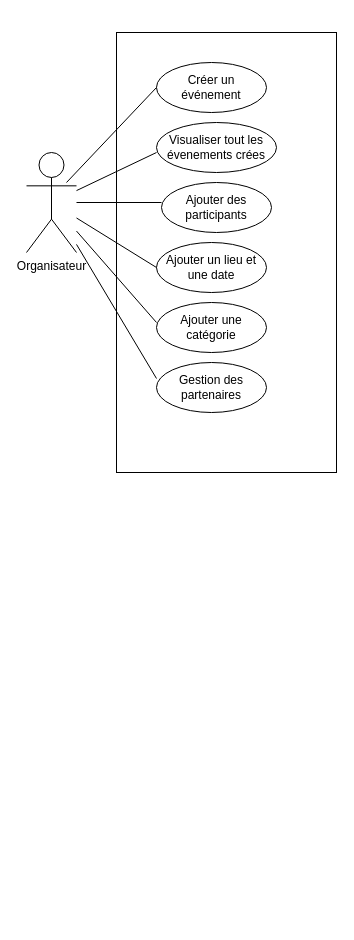
Above: Conception/Diagramme de cas d'utilisation.drawio in CSliveR/Chief-s-Arena (draw.io), before the change. Source tidied: cells renumbered, new cells numbered last; positions are measured from the earlier drawing's top-left corner, leaving out a move shared by most shapes. Both pictures are drawn from the tidied source at 100%, with x=0, y=0 at pixel (26, 32).
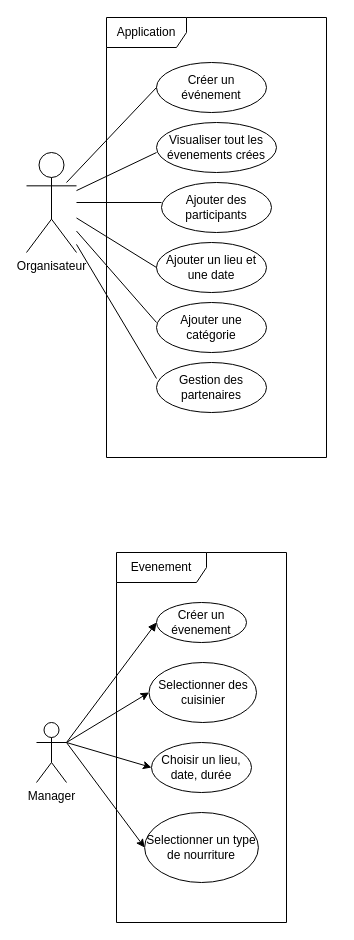
Above is the later version.

Diff of the diagram source:
```diff
@@
-    <mxCell id="2" style="rounded=0;whiteSpace=wrap;html=1;verticalAlign=middle;" parent="1" vertex="1">
-      <mxGeometry x="90" width="220" height="440" as="geometry" />
-    </mxCell>
@@
+    <mxCell id="16" value="&lt;div&gt;Evenement&lt;/div&gt;" style="shape=umlFrame;whiteSpace=wrap;html=1;width=90;height=30;" parent="1" vertex="1">
+      <mxGeometry x="90" y="520" width="170" height="370" as="geometry" />
+    </mxCell>
+    <mxCell id="17" value="&lt;div&gt;Manager&lt;/div&gt;" style="shape=umlActor;verticalLabelPosition=bottom;verticalAlign=top;html=1;" parent="1" vertex="1">
+      <mxGeometry x="10" y="690" width="30" height="60" as="geometry" />
+    </mxCell>
+    <mxCell id="18" value="&lt;div&gt;Créer un évenement&lt;/div&gt;" style="ellipse;whiteSpace=wrap;html=1;" parent="1" vertex="1">
+      <mxGeometry x="130" y="570" width="90" height="40" as="geometry" />
+    </mxCell>
+    <mxCell id="19" style="html=1;verticalAlign=bottom;endArrow=block;curved=0;rounded=0;entryX=0;entryY=0.5;entryDx=0;entryDy=0;exitX=1;exitY=0.3333333333333333;exitDx=0;exitDy=0;exitPerimeter=0;" parent="1" edge="1" source="17" target="18">
+      <mxGeometry relative="1" as="geometry" />
+    </mxCell>
+    <mxCell id="20" style="endArrow=classic;html=1;rounded=0;exitX=1;exitY=0.3333333333333333;exitDx=0;exitDy=0;exitPerimeter=0;entryX=0;entryY=0.5;entryDx=0;entryDy=0;" parent="1" edge="1" source="17" target="21">
+      <mxGeometry relative="1" as="geometry" />
+    </mxCell>
+    <mxCell id="21" value="&lt;div&gt;Selectionner des cuisinier&lt;/div&gt;" style="ellipse;whiteSpace=wrap;html=1;" parent="1" vertex="1">
+      <mxGeometry x="122.5" y="630" width="107.5" height="60" as="geometry" />
+    </mxCell>
+    <mxCell id="22" value="&lt;div&gt;Choisir un lieu,&lt;/div&gt;&lt;div&gt;date, durée&lt;/div&gt;" style="ellipse;whiteSpace=wrap;html=1;" parent="1" vertex="1">
+      <mxGeometry x="125" y="710" width="100" height="50" as="geometry" />
+    </mxCell>
+    <mxCell id="23" style="endArrow=classic;html=1;rounded=0;exitX=1;exitY=0.3333333333333333;exitDx=0;exitDy=0;exitPerimeter=0;entryX=0;entryY=0.5;entryDx=0;entryDy=0;" parent="1" edge="1" source="17" target="22">
+      <mxGeometry relative="1" as="geometry" />
+    </mxCell>
+    <mxCell id="24" value="&lt;div&gt;Selectionner un type de nourriture&lt;/div&gt;" style="ellipse;whiteSpace=wrap;html=1;" parent="1" vertex="1">
+      <mxGeometry x="118.1" y="780" width="113.8" height="70" as="geometry" />
+    </mxCell>
+    <mxCell id="25" style="endArrow=classic;html=1;rounded=0;exitX=1;exitY=0.3333333333333333;exitDx=0;exitDy=0;exitPerimeter=0;entryX=0;entryY=0.5;entryDx=0;entryDy=0;" parent="1" edge="1" source="17" target="24">
+      <mxGeometry relative="1" as="geometry" />
+    </mxCell>
+    <mxCell id="26" value="&lt;div&gt;Application&lt;/div&gt;" style="shape=umlFrame;whiteSpace=wrap;html=1;width=80;height=30;" parent="1" vertex="1">
+      <mxGeometry x="80" y="-15" width="220" height="440" as="geometry" />
+    </mxCell>
```
